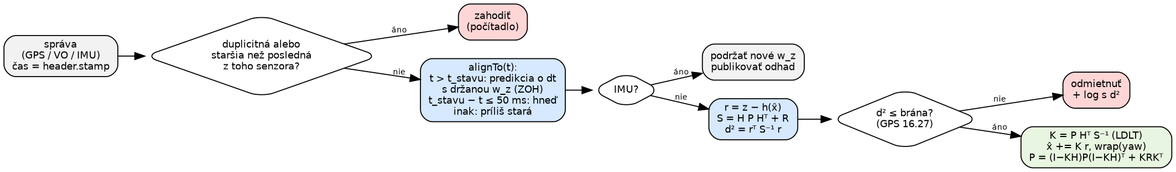
Before: docs/A2/img/ekf_cyklus.png, a diagram exported from Graphviz (xpsenakm-create/LRS_Psenak_Valko). Its source is kept beside it as docs/A2/img/ekf_cyklus.dot.
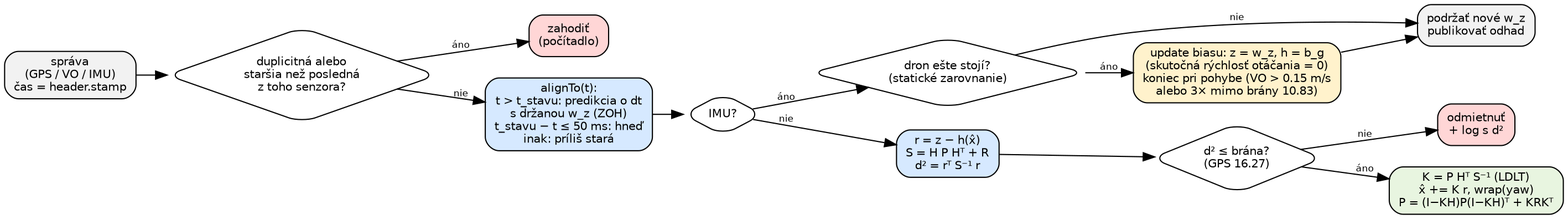
After the commit.

What changed in the source:
```diff
@@ -8,11 +8,14 @@
   align [label="alignTo(t):\nt > t_stavu: predikcia o dt\ns držanou w_z (ZOH)\nt_stavu − t ≤ 50 ms: hneď\ninak: príliš stará", fillcolor="#d6e9ff"];
   kind [label="IMU?", shape=diamond, fillcolor="#ffffff"];
   hold [label="podržať nové w_z\npublikovať odhad"];
+  zaru [label="dron ešte stojí?\n(statické zarovnanie)", shape=diamond, fillcolor="#ffffff"];
+  zupd [label="update biasu: z = w_z, h = b_g\n(skutočná rýchlosť otáčania = 0)\nkoniec pri pohybe (VO > 0.15 m/s\nalebo 3× mimo brány 10.83)", fillcolor="#fff2cc"];
   upd [label="r = z − h(x̂)\nS = H P Hᵀ + R\nd² = rᵀ S⁻¹ r", fillcolor="#d6e9ff"];
   gate [label="d² ≤ brána?\n(GPS 16.27)", shape=diamond, fillcolor="#ffffff"];
   rej [label="odmietnuť\n+ log s d²", fillcolor="#ffd6d6"];
   kal [label="K = P Hᵀ S⁻¹ (LDLT)\nx̂ += K r, wrap(yaw)\nP = (I−KH)P(I−KH)ᵀ + KRKᵀ", fillcolor="#e8f5e0"];
   in -> dup; dup -> drop [label="áno"]; dup -> align [label="nie"];
-  align -> kind; kind -> hold [label="áno"]; kind -> upd [label="nie"];
+  align -> kind; kind -> zaru [label="áno"]; kind -> upd [label="nie"];
+  zaru -> zupd [label="áno"]; zaru -> hold [label="nie"]; zupd -> hold;
   upd -> gate; gate -> kal [label="áno"]; gate -> rej [label="nie"];
 }
```
